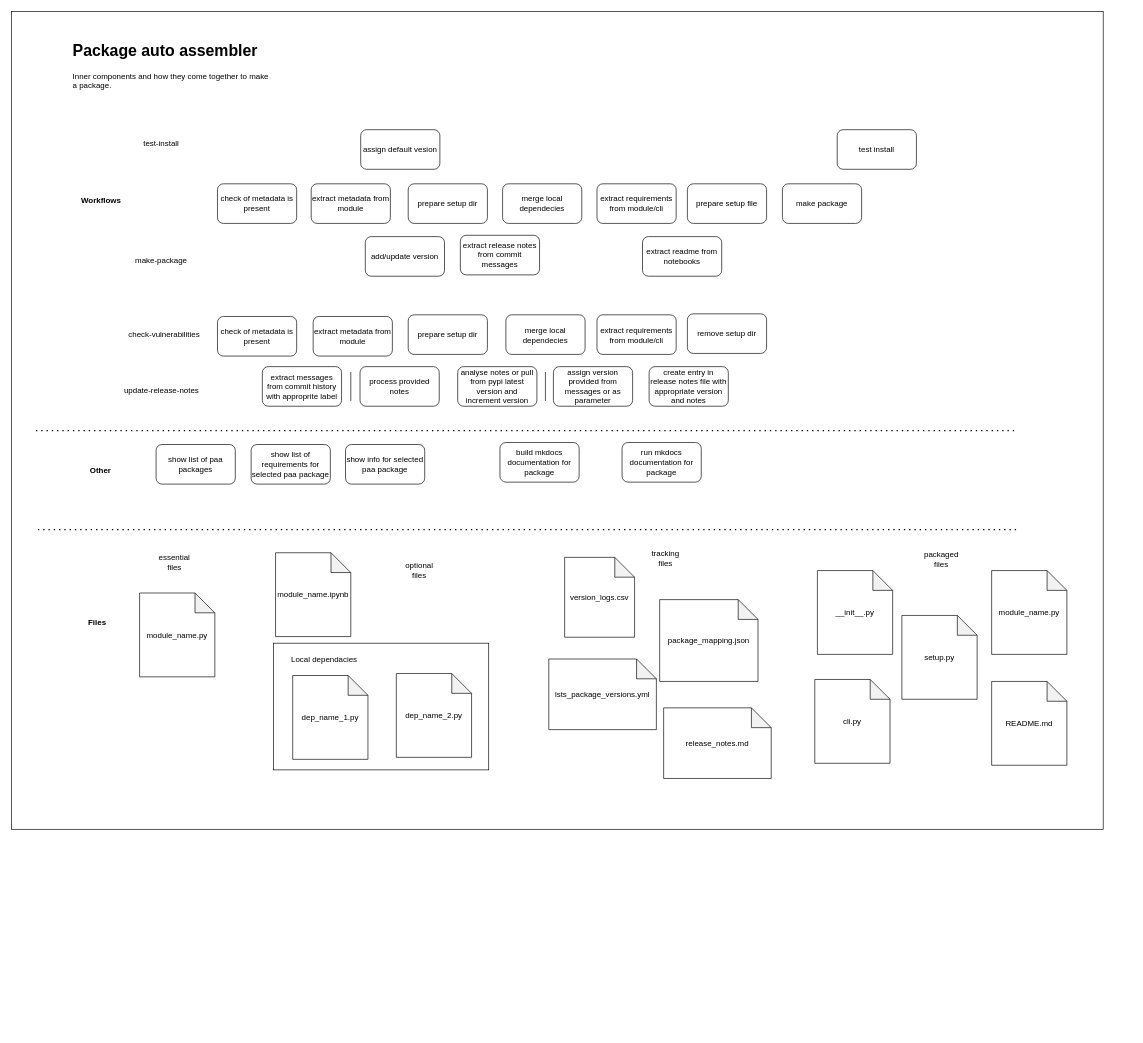
Above: page "flow" (2 of 2) of drawio/package_auto_assembler.drawio in Kiril-Mordan/reusables (draw.io), before the change. Source tidied: cells renumbered, new cells numbered last; positions are measured from the earlier drawing's top-left corner, leaving out a move shared by most shapes. Both pictures are drawn from the tidied source at 66%, with x=0, y=0 at pixel (11, 11).
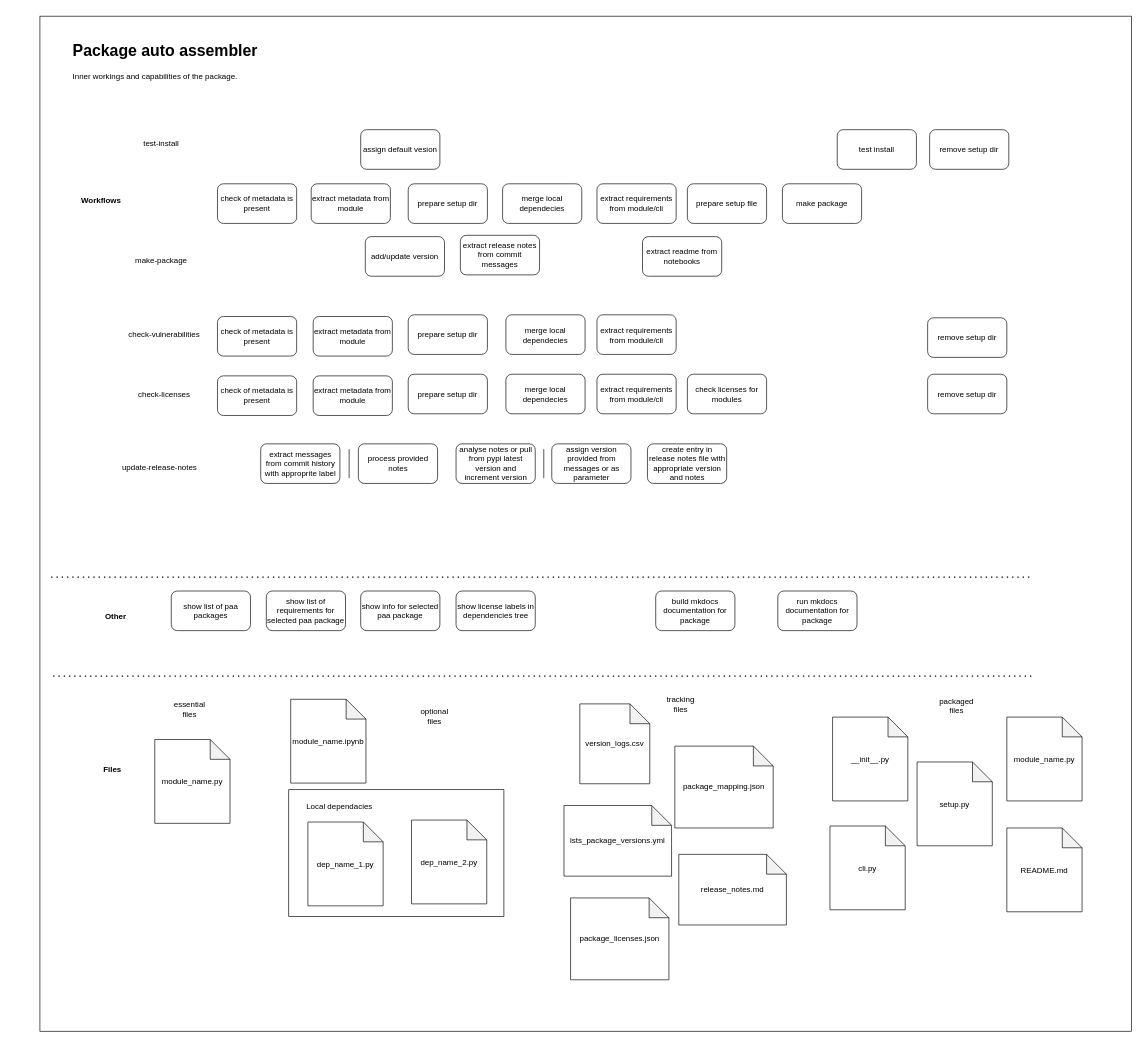
The same page after the edit.

What changed in the source:
```diff
@@
     <mxCell id="2" style="rounded=0;whiteSpace=wrap;html=1;" parent="1" vertex="1">
-      <mxGeometry width="1654" height="1239" as="geometry" />
+      <mxGeometry x="43" y="7" width="1654" height="1538" as="geometry" />
     </mxCell>
     <mxCell id="3" value="module_name.py" style="shape=note;whiteSpace=wrap;html=1;backgroundOutline=1;darkOpacity=0.05;" parent="1" vertex="1">
-      <mxGeometry x="194" y="881" width="114" height="127" as="geometry" />
+      <mxGeometry x="217" y="1103" width="114" height="127" as="geometry" />
     </mxCell>
@@
-    <mxCell id="5" value="&lt;h1&gt;Package auto assembler&lt;/h1&gt;&lt;p&gt;Inner components and how they come together to make a package.&lt;/p&gt;" style="text;html=1;spacing=5;spacingTop=-20;whiteSpace=wrap;overflow=hidden;rounded=0;" parent="1" vertex="1">
+    <mxCell id="5" value="&lt;h1&gt;Package auto assembler&lt;/h1&gt;&lt;p&gt;Inner workings and capabilities of the package.&lt;/p&gt;" style="text;html=1;spacing=5;spacingTop=-20;whiteSpace=wrap;overflow=hidden;rounded=0;" parent="1" vertex="1">
       <mxGeometry x="88" y="40" width="313" height="120" as="geometry" />
     </mxCell>
@@
     <mxCell id="7" style="rounded=0;whiteSpace=wrap;html=1;" parent="1" vertex="1">
-      <mxGeometry x="397" y="957" width="326" height="192" as="geometry" />
+      <mxGeometry x="420" y="1179" width="326" height="192" as="geometry" />
     </mxCell>
     <mxCell id="8" value="dep_name_1.py" style="shape=note;whiteSpace=wrap;html=1;backgroundOutline=1;darkOpacity=0.05;" parent="1" vertex="1">
-      <mxGeometry x="426" y="1006" width="114" height="127" as="geometry" />
+      <mxGeometry x="449" y="1228" width="114" height="127" as="geometry" />
     </mxCell>
     <mxCell id="9" value="dep_name_2.py" style="shape=note;whiteSpace=wrap;html=1;backgroundOutline=1;darkOpacity=0.05;" parent="1" vertex="1">
-      <mxGeometry x="583" y="1003" width="114" height="127" as="geometry" />
+      <mxGeometry x="606" y="1225" width="114" height="127" as="geometry" />
     </mxCell>
     <mxCell id="10" value="Local dependacies" style="text;html=1;align=center;verticalAlign=middle;whiteSpace=wrap;rounded=0;" parent="1" vertex="1">
-      <mxGeometry x="405" y="967" width="138" height="29" as="geometry" />
+      <mxGeometry x="428" y="1189" width="138" height="29" as="geometry" />
     </mxCell>
     <mxCell id="11" value="module_name.ipynb" style="shape=note;whiteSpace=wrap;html=1;backgroundOutline=1;darkOpacity=0.05;" parent="1" vertex="1">
-      <mxGeometry x="400" y="820" width="114" height="127" as="geometry" />
+      <mxGeometry x="423" y="1042" width="114" height="127" as="geometry" />
     </mxCell>
     <mxCell id="12" value="build mkdocs documentation for package" style="rounded=1;whiteSpace=wrap;html=1;" parent="1" vertex="1">
-      <mxGeometry x="740" y="653" width="120" height="60" as="geometry" />
+      <mxGeometry x="976" y="878" width="120" height="60" as="geometry" />
     </mxCell>
@@
     <mxCell id="23" value="essential files" style="text;html=1;align=center;verticalAlign=middle;whiteSpace=wrap;rounded=0;" parent="1" vertex="1">
-      <mxGeometry x="217" y="820" width="60" height="30" as="geometry" />
+      <mxGeometry x="240" y="1042" width="60" height="30" as="geometry" />
     </mxCell>
     <mxCell id="24" value="optional files" style="text;html=1;align=center;verticalAlign=middle;whiteSpace=wrap;rounded=0;" parent="1" vertex="1">
-      <mxGeometry x="588" y="831" width="60" height="30" as="geometry" />
+      <mxGeometry x="611" y="1053" width="60" height="30" as="geometry" />
     </mxCell>
     <mxCell id="25" value="package_mapping.json" style="shape=note;whiteSpace=wrap;html=1;backgroundOutline=1;darkOpacity=0.05;" parent="1" vertex="1">
-      <mxGeometry x="982" y="891" width="149" height="124" as="geometry" />
+      <mxGeometry x="1005" y="1113" width="149" height="124" as="geometry" />
     </mxCell>
     <mxCell id="26" value="version_logs.csv" style="shape=note;whiteSpace=wrap;html=1;backgroundOutline=1;darkOpacity=0.05;" parent="1" vertex="1">
-      <mxGeometry x="838" y="827" width="106" height="121" as="geometry" />
+      <mxGeometry x="861" y="1049" width="106" height="121" as="geometry" />
     </mxCell>
     <mxCell id="27" value="lsts_package_versions.yml" style="shape=note;whiteSpace=wrap;html=1;backgroundOutline=1;darkOpacity=0.05;" parent="1" vertex="1">
-      <mxGeometry x="814" y="981" width="163" height="107" as="geometry" />
+      <mxGeometry x="837" y="1203" width="163" height="107" as="geometry" />
     </mxCell>
     <mxCell id="28" value="tracking files" style="text;html=1;align=center;verticalAlign=middle;whiteSpace=wrap;rounded=0;" parent="1" vertex="1">
-      <mxGeometry x="961" y="813" width="60" height="30" as="geometry" />
+      <mxGeometry x="984" y="1035" width="60" height="30" as="geometry" />
     </mxCell>
     <mxCell id="29" value="release_notes.md" style="shape=note;whiteSpace=wrap;html=1;backgroundOutline=1;darkOpacity=0.05;" parent="1" vertex="1">
-      <mxGeometry x="988" y="1055" width="163" height="107" as="geometry" />
+      <mxGeometry x="1011" y="1277" width="163" height="107" as="geometry" />
     </mxCell>
@@
     <mxCell id="31" value="run mkdocs documentation for package" style="rounded=1;whiteSpace=wrap;html=1;" parent="1" vertex="1">
-      <mxGeometry x="925" y="653" width="120" height="60" as="geometry" />
+      <mxGeometry x="1161" y="878" width="120" height="60" as="geometry" />
     </mxCell>
@@
     <mxCell id="33" value="&lt;b&gt;Other&lt;/b&gt;" style="text;html=1;align=center;verticalAlign=middle;whiteSpace=wrap;rounded=0;" parent="1" vertex="1">
-      <mxGeometry x="105" y="680" width="60" height="30" as="geometry" />
+      <mxGeometry x="128" y="902" width="60" height="30" as="geometry" />
     </mxCell>
     <mxCell id="34" value="&lt;b&gt;Files&lt;/b&gt;" style="text;html=1;align=center;verticalAlign=middle;whiteSpace=wrap;rounded=0;" parent="1" vertex="1">
-      <mxGeometry x="100" y="911" width="60" height="30" as="geometry" />
+      <mxGeometry x="123" y="1133" width="60" height="30" as="geometry" />
     </mxCell>
     <mxCell id="35" style="endArrow=none;dashed=1;html=1;dashPattern=1 3;strokeWidth=2;rounded=0;" parent="1" edge="1">
       <mxGeometry relative="1" as="geometry">
-        <mxPoint x="37" y="635" as="sourcePoint" />
-        <mxPoint x="1522" y="635" as="targetPoint" />
+        <mxPoint x="60" y="857" as="sourcePoint" />
+        <mxPoint x="1545" y="857" as="targetPoint" />
       </mxGeometry>
     </mxCell>
     <mxCell id="36" style="endArrow=none;dashed=1;html=1;dashPattern=1 3;strokeWidth=2;rounded=0;" parent="1" edge="1">
       <mxGeometry relative="1" as="geometry">
-        <mxPoint x="40" y="785" as="sourcePoint" />
-        <mxPoint x="1525" y="785" as="targetPoint" />
+        <mxPoint x="63" y="1007" as="sourcePoint" />
+        <mxPoint x="1548" y="1007" as="targetPoint" />
       </mxGeometry>
     </mxCell>
@@
     <mxCell id="43" value="remove setup dir" style="rounded=1;whiteSpace=wrap;html=1;" parent="1" vertex="1">
-      <mxGeometry x="1024" y="458" width="120" height="60" as="geometry" />
+      <mxGeometry x="1388" y="464" width="120" height="60" as="geometry" />
     </mxCell>
@@
     <mxCell id="45" value="packaged files" style="text;html=1;align=center;verticalAlign=middle;whiteSpace=wrap;rounded=0;" parent="1" vertex="1">
-      <mxGeometry x="1379" y="815" width="60" height="30" as="geometry" />
+      <mxGeometry x="1402" y="1037" width="60" height="30" as="geometry" />
     </mxCell>
     <mxCell id="46" value="module_name.py" style="shape=note;whiteSpace=wrap;html=1;backgroundOutline=1;darkOpacity=0.05;" parent="1" vertex="1">
-      <mxGeometry x="1485" y="847" width="114" height="127" as="geometry" />
+      <mxGeometry x="1508" y="1069" width="114" height="127" as="geometry" />
     </mxCell>
     <mxCell id="47" value="__init__.py" style="shape=note;whiteSpace=wrap;html=1;backgroundOutline=1;darkOpacity=0.05;" parent="1" vertex="1">
-      <mxGeometry x="1221" y="847" width="114" height="127" as="geometry" />
+      <mxGeometry x="1244" y="1069" width="114" height="127" as="geometry" />
     </mxCell>
     <mxCell id="48" value="cli.py" style="shape=note;whiteSpace=wrap;html=1;backgroundOutline=1;darkOpacity=0.05;" parent="1" vertex="1">
-      <mxGeometry x="1217" y="1012" width="114" height="127" as="geometry" />
+      <mxGeometry x="1240" y="1234" width="114" height="127" as="geometry" />
     </mxCell>
     <mxCell id="49" value="README.md" style="shape=note;whiteSpace=wrap;html=1;backgroundOutline=1;darkOpacity=0.05;" parent="1" vertex="1">
-      <mxGeometry x="1485" y="1015" width="114" height="127" as="geometry" />
+      <mxGeometry x="1508" y="1237" width="114" height="127" as="geometry" />
     </mxCell>
     <mxCell id="50" value="setup.py" style="shape=note;whiteSpace=wrap;html=1;backgroundOutline=1;darkOpacity=0.05;" parent="1" vertex="1">
-      <mxGeometry x="1349" y="915" width="114" height="127" as="geometry" />
+      <mxGeometry x="1372" y="1137" width="114" height="127" as="geometry" />
     </mxCell>
     <mxCell id="51" value="update-release-notes" style="text;html=1;align=center;verticalAlign=middle;whiteSpace=wrap;rounded=0;" parent="1" vertex="1">
-      <mxGeometry x="161.5" y="559" width="131" height="29" as="geometry" />
+      <mxGeometry x="159" y="676" width="131" height="29" as="geometry" />
     </mxCell>
     <mxCell id="52" value="extract messages from commit history with approprite label" style="rounded=1;whiteSpace=wrap;html=1;" parent="1" vertex="1">
-      <mxGeometry x="380" y="538" width="120" height="60" as="geometry" />
+      <mxGeometry x="377.5" y="655" width="120" height="60" as="geometry" />
     </mxCell>
     <mxCell id="53" style="endArrow=none;html=1;rounded=0;" parent="1" edge="1">
       <mxGeometry relative="1" as="geometry">
-        <mxPoint x="514" y="590" as="sourcePoint" />
-        <mxPoint x="514" y="546" as="targetPoint" />
+        <mxPoint x="511.5" y="707" as="sourcePoint" />
+        <mxPoint x="511.5" y="663" as="targetPoint" />
       </mxGeometry>
     </mxCell>
     <mxCell id="54" value="process provided notes" style="rounded=1;whiteSpace=wrap;html=1;" parent="1" vertex="1">
-      <mxGeometry x="528" y="538" width="120" height="60" as="geometry" />
+      <mxGeometry x="525.5" y="655" width="120" height="60" as="geometry" />
     </mxCell>
     <mxCell id="55" value="analyse notes or pull from pypi latest version and increment version" style="rounded=1;whiteSpace=wrap;html=1;" parent="1" vertex="1">
-      <mxGeometry x="676" y="538" width="120" height="60" as="geometry" />
+      <mxGeometry x="673.5" y="655" width="120" height="60" as="geometry" />
     </mxCell>
     <mxCell id="56" style="endArrow=none;html=1;rounded=0;" parent="1" edge="1">
       <mxGeometry relative="1" as="geometry">
-        <mxPoint x="808.9" y="590" as="sourcePoint" />
-        <mxPoint x="808.9" y="546" as="targetPoint" />
+        <mxPoint x="806.4" y="707" as="sourcePoint" />
+        <mxPoint x="806.4" y="663" as="targetPoint" />
       </mxGeometry>
     </mxCell>
     <mxCell id="57" value="assign version provided from messages or as parameter" style="rounded=1;whiteSpace=wrap;html=1;" parent="1" vertex="1">
-      <mxGeometry x="821" y="538" width="120" height="60" as="geometry" />
+      <mxGeometry x="818.5" y="655" width="120" height="60" as="geometry" />
     </mxCell>
     <mxCell id="58" value="create entry in release notes file with appropriate version and notes" style="rounded=1;whiteSpace=wrap;html=1;" parent="1" vertex="1">
-      <mxGeometry x="966" y="538" width="120" height="60" as="geometry" />
+      <mxGeometry x="963.5" y="655" width="120" height="60" as="geometry" />
     </mxCell>
     <mxCell id="59" value="show list of paa packages" style="rounded=1;whiteSpace=wrap;html=1;" parent="1" vertex="1">
-      <mxGeometry x="219" y="656" width="120" height="60" as="geometry" />
+      <mxGeometry x="242" y="878" width="120" height="60" as="geometry" />
     </mxCell>
     <mxCell id="60" value="show list of requirements for selected paa package" style="rounded=1;whiteSpace=wrap;html=1;" parent="1" vertex="1">
-      <mxGeometry x="363" y="656" width="120" height="60" as="geometry" />
+      <mxGeometry x="386" y="878" width="120" height="60" as="geometry" />
     </mxCell>
     <mxCell id="61" value="show info for selected paa package" style="rounded=1;whiteSpace=wrap;html=1;" parent="1" vertex="1">
-      <mxGeometry x="506" y="656" width="120" height="60" as="geometry" />
+      <mxGeometry x="529" y="878" width="120" height="60" as="geometry" />
     </mxCell>
+    <mxCell id="62" value="check-licenses" style="text;html=1;align=center;verticalAlign=middle;whiteSpace=wrap;rounded=0;" parent="1" vertex="1">
+      <mxGeometry x="166" y="565" width="131" height="29" as="geometry" />
+    </mxCell>
+    <mxCell id="63" value="check of metadata is present" style="rounded=1;whiteSpace=wrap;html=1;" parent="1" vertex="1">
+      <mxGeometry x="312" y="552" width="120" height="60" as="geometry" />
+    </mxCell>
+    <mxCell id="64" value="extract metadata from module" style="rounded=1;whiteSpace=wrap;html=1;" parent="1" vertex="1">
+      <mxGeometry x="457" y="552" width="120" height="60" as="geometry" />
+    </mxCell>
+    <mxCell id="65" value="prepare setup dir" style="rounded=1;whiteSpace=wrap;html=1;" parent="1" vertex="1">
+      <mxGeometry x="601" y="549.5" width="120" height="60" as="geometry" />
+    </mxCell>
+    <mxCell id="66" value="extract requirements from module/cli" style="rounded=1;whiteSpace=wrap;html=1;" parent="1" vertex="1">
+      <mxGeometry x="887" y="549.5" width="120" height="60" as="geometry" />
+    </mxCell>
+    <mxCell id="67" value="merge local dependecies" style="rounded=1;whiteSpace=wrap;html=1;" parent="1" vertex="1">
+      <mxGeometry x="749" y="549.5" width="120" height="60" as="geometry" />
+    </mxCell>
+    <mxCell id="68" value="remove setup dir" style="rounded=1;whiteSpace=wrap;html=1;" parent="1" vertex="1">
+      <mxGeometry x="1388" y="549.5" width="120" height="60" as="geometry" />
+    </mxCell>
+    <mxCell id="69" value="remove setup dir" style="rounded=1;whiteSpace=wrap;html=1;" parent="1" vertex="1">
+      <mxGeometry x="1391" y="179" width="120" height="60" as="geometry" />
+    </mxCell>
+    <mxCell id="70" value="check licenses for modules" style="rounded=1;whiteSpace=wrap;html=1;" parent="1" vertex="1">
+      <mxGeometry x="1024" y="549.5" width="120" height="60" as="geometry" />
+    </mxCell>
+    <mxCell id="71" value="show license labels in dependencies tree" style="rounded=1;whiteSpace=wrap;html=1;" parent="1" vertex="1">
+      <mxGeometry x="673.5" y="878" width="120" height="60" as="geometry" />
+    </mxCell>
+    <mxCell id="72" value="package_licenses.json" style="shape=note;whiteSpace=wrap;html=1;backgroundOutline=1;darkOpacity=0.05;" parent="1" vertex="1">
+      <mxGeometry x="847" y="1343" width="149" height="124" as="geometry" />
+    </mxCell>
```
